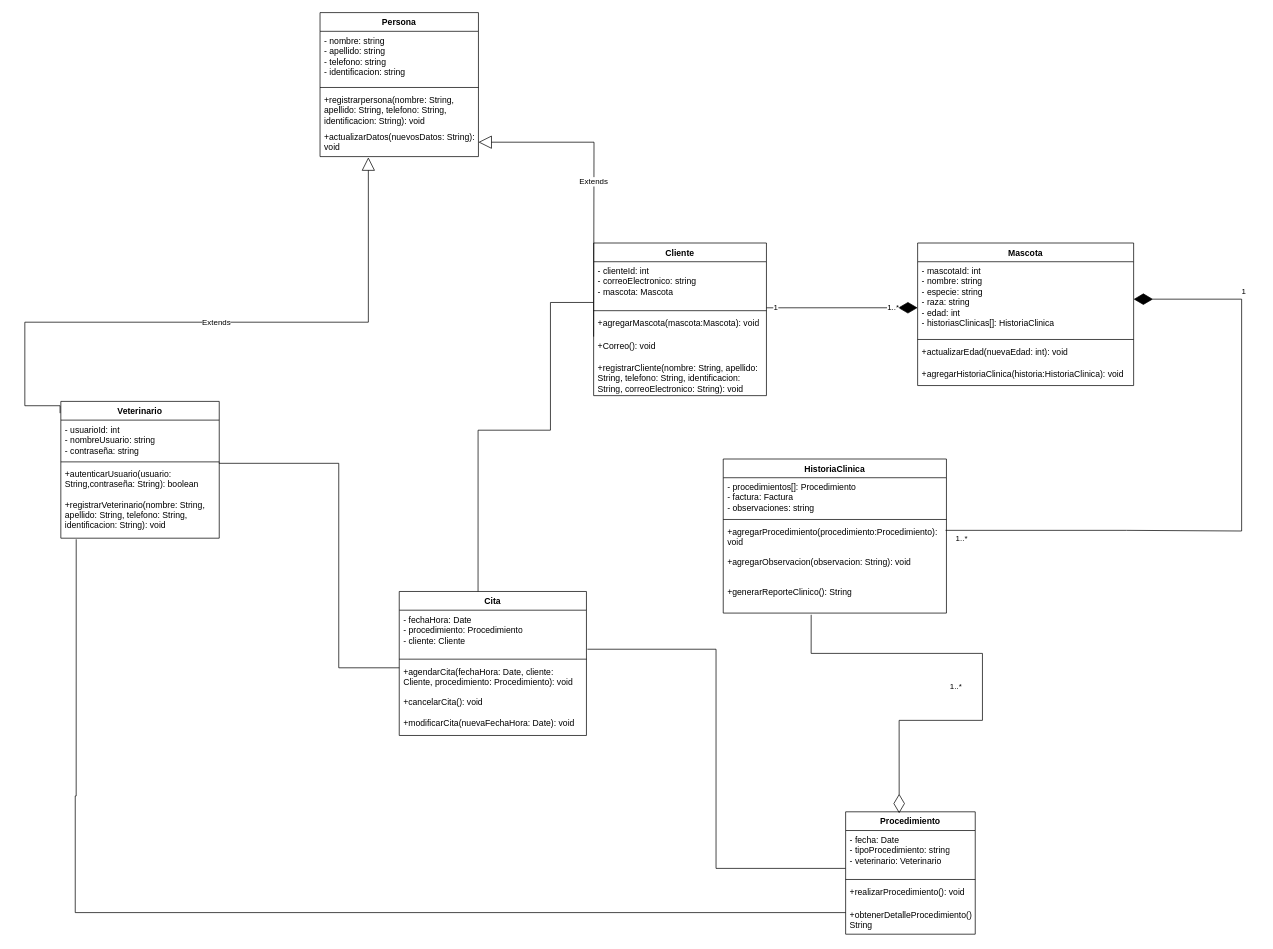
Earlier version of the draw.io diagram vetApp.drawio (maicols04/claseEstructura). Source tidied: cells renumbered, new cells numbered last; positions are measured from the earlier drawing's top-left corner, leaving out a move shared by most shapes. Both pictures are drawn from the tidied source at 72%, with x=0, y=0 at pixel (24, 12).
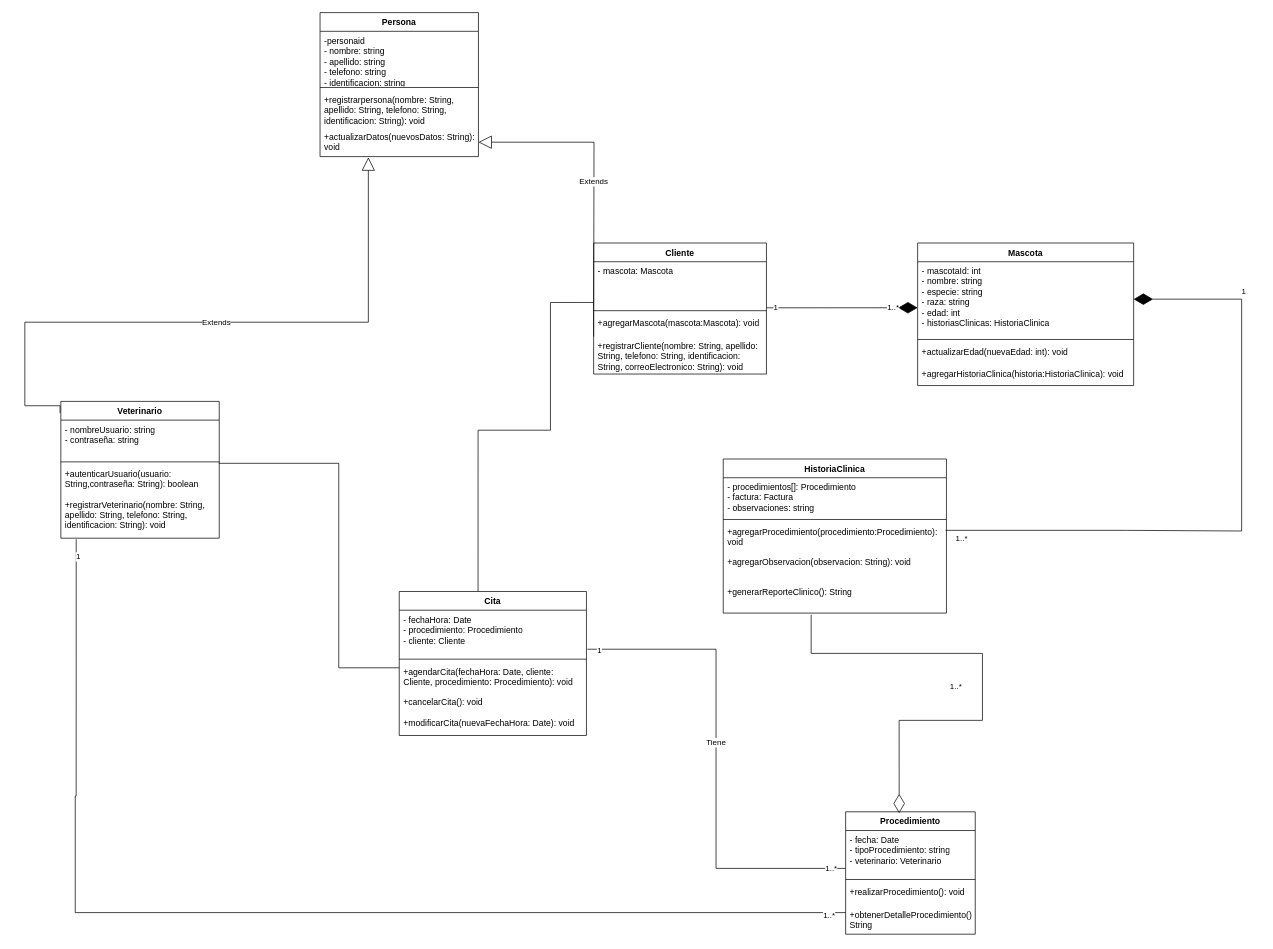
After the change.

Commit message:
Actualizacionnn de luismii vetApp.drawio

The change refers to these unchanged cells:
```xml
<mxCell id="2" value="Persona" style="swimlane;fontStyle=1;align=center;verticalAlign=top;horizontal=1;startSize=26;whiteSpace=wrap;html=1;" parent="1" vertex="1">
  <mxGeometry x="410" width="220" height="200" as="geometry" />
</mxCell>
<mxCell id="13" value="Veterinario" style="swimlane;fontStyle=1;align=center;verticalAlign=top;horizontal=1;startSize=26;whiteSpace=wrap;html=1;" parent="1" vertex="1">
  <mxGeometry x="50" y="540" width="220" height="190" as="geometry" />
</mxCell>
<mxCell id="21" value="Mascota" style="swimlane;fontStyle=1;align=center;verticalAlign=top;horizontal=1;startSize=26;whiteSpace=wrap;html=1;" parent="1" vertex="1">
  <mxGeometry x="1240" y="320" width="300" height="198" as="geometry" />
</mxCell>
<mxCell id="48" style="endArrow=none;html=1;edgeStyle=orthogonalEdgeStyle;rounded=0;entryX=-0.001;entryY=0.822;entryDx=0;entryDy=0;entryPerimeter=0;exitX=1.005;exitY=0.847;exitDx=0;exitDy=0;exitPerimeter=0;" parent="1" edge="1" source="43" target="36">
  <mxGeometry relative="1" as="geometry" />
</mxCell>
<mxCell id="51" style="endArrow=none;html=1;edgeStyle=orthogonalEdgeStyle;rounded=0;entryX=0;entryY=0.25;entryDx=0;entryDy=0;exitX=0.097;exitY=1.025;exitDx=0;exitDy=0;exitPerimeter=0;entryPerimeter=0;" parent="1" edge="1" source="17">
  <mxGeometry relative="1" as="geometry">
    <mxPoint x="1140" y="1250" as="targetPoint" />
    <Array as="points">
      <mxPoint x="71" y="1088" />
      <mxPoint x="70" y="1088" />
      <mxPoint x="70" y="1250" />
    </Array>
  </mxGeometry>
</mxCell>
```

Diff of the diagram source:
```diff
@@
-    <mxCell id="3" value="- nombre: string&lt;div&gt;- apellido: string&lt;/div&gt;&lt;div&gt;- telefono: string&lt;/div&gt;&lt;div&gt;- identificacion: string&lt;/div&gt;" style="text;strokeColor=none;fillColor=none;align=left;verticalAlign=top;spacingLeft=4;spacingRight=4;overflow=hidden;whiteSpace=wrap;html=1;" parent="2" vertex="1">
+    <mxCell id="3" value="&lt;div&gt;-personaid&lt;/div&gt;- nombre: string&lt;div&gt;- apellido: string&lt;/div&gt;&lt;div&gt;- telefono: string&lt;/div&gt;&lt;div&gt;- identificacion: string&lt;/div&gt;" style="text;strokeColor=none;fillColor=none;align=left;verticalAlign=top;spacingLeft=4;spacingRight=4;overflow=hidden;whiteSpace=wrap;html=1;" parent="2" vertex="1">
       <mxGeometry y="26" width="220" height="74" as="geometry" />
     </mxCell>
@@
     <mxCell id="7" value="Cliente" style="swimlane;fontStyle=1;align=center;verticalAlign=top;horizontal=1;startSize=26;whiteSpace=wrap;html=1;" parent="1" vertex="1">
-      <mxGeometry x="790" y="320" width="240" height="212" as="geometry" />
+      <mxGeometry x="790" y="320" width="240" height="182" as="geometry" />
     </mxCell>
-    <mxCell id="8" value="- clienteId: int&lt;div&gt;- correoElectronico: string&lt;/div&gt;&lt;div&gt;- mascota: Mascota&lt;/div&gt;" style="text;strokeColor=none;fillColor=none;align=left;verticalAlign=top;spacingLeft=4;spacingRight=4;overflow=hidden;points=[[0,0.5],[1,0.5]];portConstraint=eastwest;whiteSpace=wrap;html=1;" parent="7" vertex="1">
+    <mxCell id="8" value="&lt;div&gt;- mascota: Mascota&lt;/div&gt;" style="text;strokeColor=none;fillColor=none;align=left;verticalAlign=top;spacingLeft=4;spacingRight=4;overflow=hidden;points=[[0,0.5],[1,0.5]];portConstraint=eastwest;whiteSpace=wrap;html=1;" parent="7" vertex="1">
       <mxGeometry y="26" width="240" height="64" as="geometry" />
     </mxCell>
@@
-    <mxCell id="11" value="+Correo(): void" style="text;strokeColor=none;fillColor=none;align=left;verticalAlign=top;spacingLeft=4;spacingRight=4;overflow=hidden;whiteSpace=wrap;html=1;" parent="7" vertex="1">
-      <mxGeometry y="130" width="240" height="30" as="geometry" />
-    </mxCell>
     <mxCell id="12" value="+registrarCliente(nombre: String, apellido: String, telefono: String, identificacion: String, correoElectronico: String): void" style="text;strokeColor=none;fillColor=none;align=left;verticalAlign=top;spacingLeft=4;spacingRight=4;overflow=hidden;whiteSpace=wrap;html=1;" parent="7" vertex="1">
-      <mxGeometry y="160" width="240" height="52" as="geometry" />
+      <mxGeometry y="130" width="240" height="52" as="geometry" />
     </mxCell>
@@
-    <mxCell id="14" value="- usuarioId: int&lt;div&gt;- nombreUsuario: string&lt;/div&gt;&lt;div&gt;- contraseña: string&lt;/div&gt;&lt;div&gt;&lt;br&gt;&lt;/div&gt;" style="text;strokeColor=none;fillColor=none;align=left;verticalAlign=top;spacingLeft=4;spacingRight=4;overflow=hidden;whiteSpace=wrap;html=1;" parent="13" vertex="1">
+    <mxCell id="14" value="&lt;div&gt;- nombreUsuario: string&lt;/div&gt;&lt;div&gt;- contraseña: string&lt;/div&gt;&lt;div&gt;&lt;br&gt;&lt;/div&gt;" style="text;strokeColor=none;fillColor=none;align=left;verticalAlign=top;spacingLeft=4;spacingRight=4;overflow=hidden;whiteSpace=wrap;html=1;" parent="13" vertex="1">
       <mxGeometry y="26" width="220" height="54" as="geometry" />
     </mxCell>
@@
-    <mxCell id="22" value="- mascotaId: int&lt;div&gt;- nombre: string&lt;/div&gt;&lt;div&gt;- especie: string&lt;/div&gt;&lt;div&gt;- raza: string&lt;/div&gt;&lt;div&gt;- edad: int&lt;/div&gt;&lt;div&gt;- historiasClinicas[]: HistoriaClinica&lt;br&gt;&lt;/div&gt;&lt;div&gt;&lt;br&gt;&lt;/div&gt;" style="text;strokeColor=none;fillColor=none;align=left;verticalAlign=top;spacingLeft=4;spacingRight=4;overflow=hidden;points=[[0,0.5],[1,0.5]];portConstraint=eastwest;whiteSpace=wrap;html=1;" parent="21" vertex="1">
+    <mxCell id="22" value="- mascotaId: int&lt;div&gt;- nombre: string&lt;/div&gt;&lt;div&gt;- especie: string&lt;/div&gt;&lt;div&gt;- raza: string&lt;/div&gt;&lt;div&gt;- edad: int&lt;/div&gt;&lt;div&gt;- historiasClinicas: HistoriaClinica&lt;br&gt;&lt;/div&gt;&lt;div&gt;&lt;br&gt;&lt;/div&gt;" style="text;strokeColor=none;fillColor=none;align=left;verticalAlign=top;spacingLeft=4;spacingRight=4;overflow=hidden;points=[[0,0.5],[1,0.5]];portConstraint=eastwest;whiteSpace=wrap;html=1;" parent="21" vertex="1">
       <mxGeometry y="26" width="300" height="104" as="geometry" />
     </mxCell>
@@
+    <mxCell id="55" value="Tiene" style="edgeLabel;html=1;align=center;verticalAlign=middle;" parent="48" vertex="1">
+      <mxGeometry x="-0.07" y="-1" relative="1" as="geometry" />
+    </mxCell>
+    <mxCell id="56" value="1" style="edgeLabel;html=1;align=center;verticalAlign=middle;" parent="48" vertex="1">
+      <mxGeometry x="-0.95" y="-1" relative="1" as="geometry">
+        <mxPoint x="-1" as="offset" />
+      </mxGeometry>
+    </mxCell>
+    <mxCell id="57" value="1..*" style="edgeLabel;html=1;align=center;verticalAlign=middle;" parent="48" vertex="1">
+      <mxGeometry x="0.94" relative="1" as="geometry" />
+    </mxCell>
@@
+    <mxCell id="58" value="1" style="edgeLabel;html=1;align=center;verticalAlign=middle;" parent="51" vertex="1">
+      <mxGeometry x="-0.97" y="2" relative="1" as="geometry" />
+    </mxCell>
+    <mxCell id="59" value="1..*" style="edgeLabel;html=1;align=center;verticalAlign=middle;" parent="51" vertex="1">
+      <mxGeometry x="0.97" y="-3" relative="1" as="geometry" />
+    </mxCell>
```
